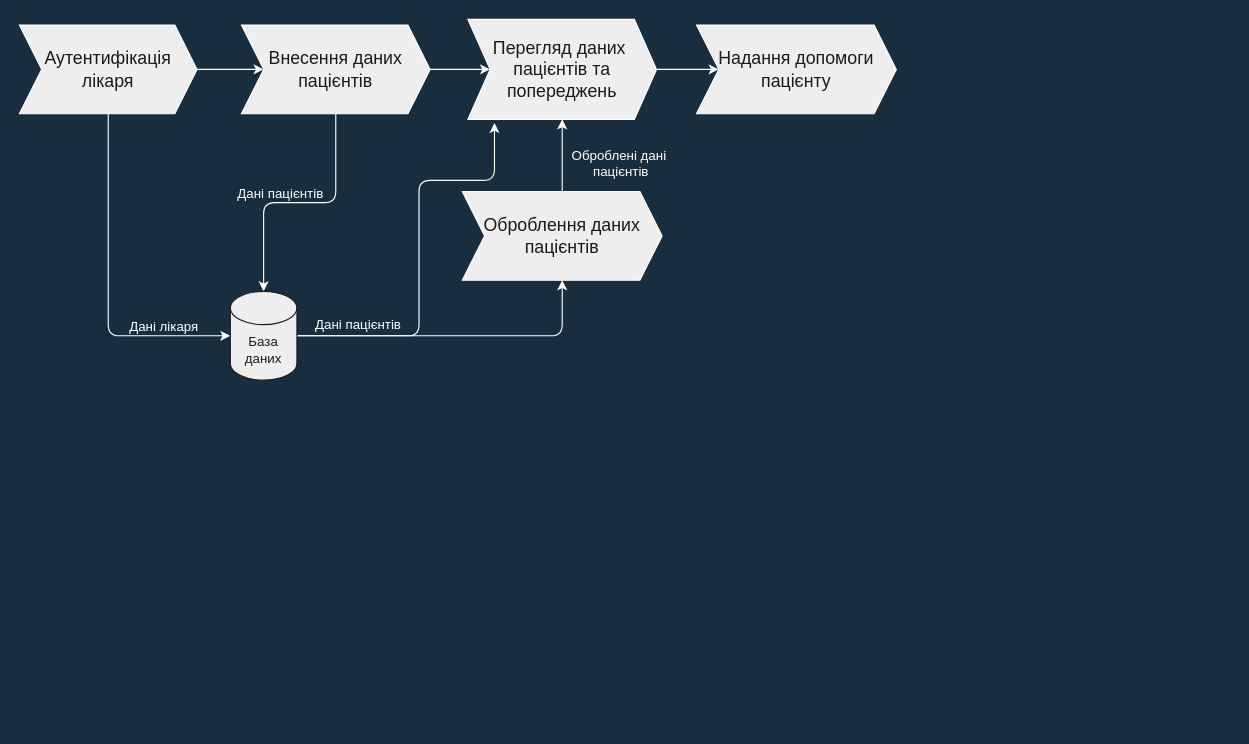
Before: lab3.drawio in se4inilya/MAOKG, a draw.io diagram. Source tidied: cells renumbered, new cells numbered last; positions are measured from the earlier drawing's top-left corner, leaving out a move shared by most shapes. Both pictures are drawn from the tidied source at 111%, with x=0, y=0 at pixel (19, 19).
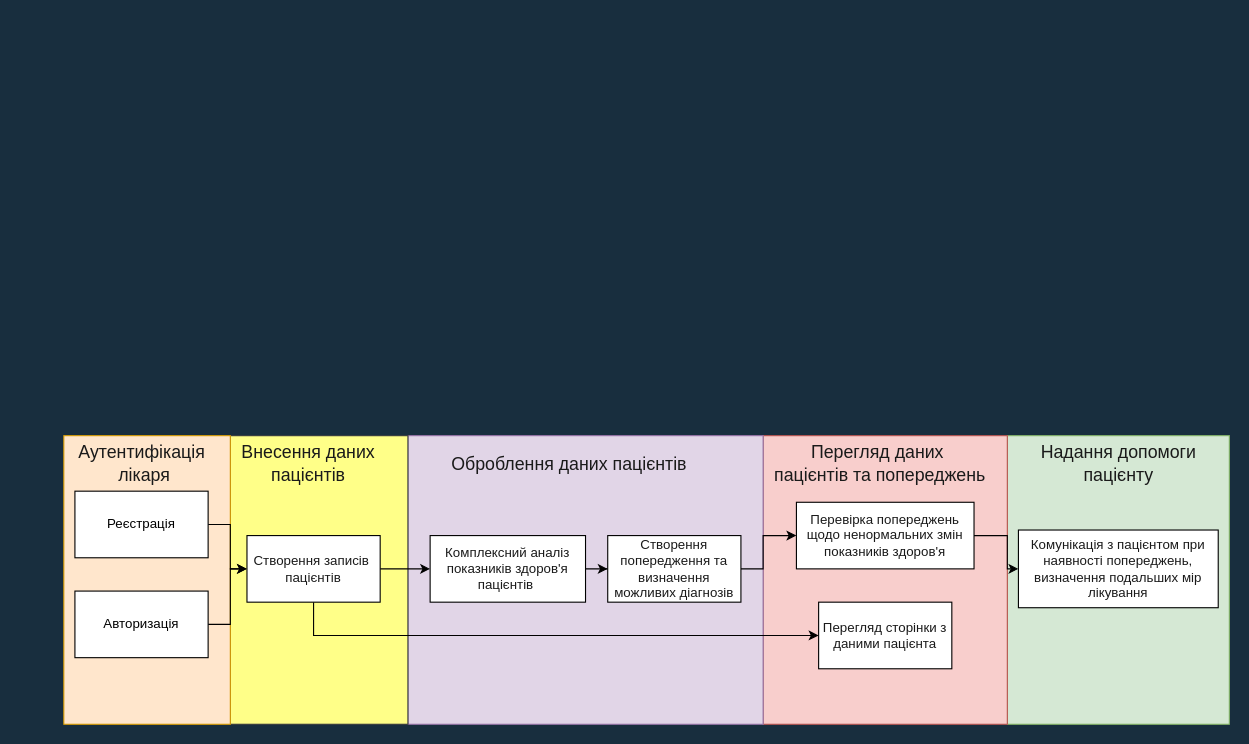
The same page after the edit.

Change to the diagram source:
```diff
@@
-    <mxCell id="2" style="edgeStyle=orthogonalEdgeStyle;curved=0;rounded=1;sketch=0;jettySize=auto;html=1;fontColor=#FFFFFF;strokeColor=#FFFFFF;" parent="1" edge="1" source="5" target="8">
-      <mxGeometry relative="1" as="geometry" />
-    </mxCell>
-    <mxCell id="3" style="edgeStyle=orthogonalEdgeStyle;curved=0;rounded=1;sketch=0;jettySize=auto;html=1;fontColor=#FFFFFF;strokeColor=#FFFFFF;exitX=1;exitY=0.5;exitDx=0;exitDy=0;" parent="1" edge="1" source="9" target="15">
-      <mxGeometry relative="1" as="geometry" />
-    </mxCell>
-    <mxCell id="4" style="edgeStyle=orthogonalEdgeStyle;curved=0;rounded=1;sketch=0;jettySize=auto;html=1;entryX=0;entryY=0.5;entryDx=0;entryDy=0;entryPerimeter=0;fontSize=16;fontColor=#1A1A1A;strokeColor=#FFFFFF;exitX=0.5;exitY=1;exitDx=0;exitDy=0;" parent="1" edge="1" source="5" target="14">
-      <mxGeometry relative="1" as="geometry" />
-    </mxCell>
+    <mxCell id="20" style="rounded=0;whiteSpace=wrap;html=1;fillColor=#d5e8d4;strokeColor=#82b366;" parent="1" vertex="1">
+      <mxGeometry x="890" y="375" width="200" height="260" as="geometry" />
+    </mxCell>
+    <mxCell id="21" style="rounded=0;whiteSpace=wrap;html=1;fillColor=#f8cecc;strokeColor=#b85450;" parent="1" vertex="1">
+      <mxGeometry x="670" y="375" width="220" height="260" as="geometry" />
+    </mxCell>
+    <mxCell id="22" style="rounded=0;whiteSpace=wrap;html=1;fillColor=#e1d5e7;strokeColor=#9673a6;" parent="1" vertex="1">
+      <mxGeometry x="350" y="375" width="320" height="260" as="geometry" />
+    </mxCell>
+    <mxCell id="23" style="rounded=0;whiteSpace=wrap;html=1;fillColor=#ffff88;strokeColor=#36393d;" parent="1" vertex="1">
+      <mxGeometry x="190" y="375" width="160" height="260" as="geometry" />
+    </mxCell>
+    <mxCell id="24" style="rounded=0;whiteSpace=wrap;html=1;fillColor=#ffe6cc;strokeColor=#d79b00;align=center;" parent="1" vertex="1">
+      <mxGeometry x="40" y="375" width="150" height="260" as="geometry" />
+    </mxCell>
+    <mxCell id="25" style="edgeStyle=orthogonalEdgeStyle;rounded=0;jettySize=auto;html=1;entryX=0;entryY=0.5;entryDx=0;entryDy=0;fontColor=#1A1A1A;" parent="1" edge="1" source="26" target="31">
+      <mxGeometry relative="1" as="geometry" />
+    </mxCell>
+    <mxCell id="26" value="Реєстрація" style="rounded=0;whiteSpace=wrap;html=1;" parent="1" vertex="1">
+      <mxGeometry x="50" y="425" width="120" height="60" as="geometry" />
+    </mxCell>
+    <mxCell id="27" style="edgeStyle=orthogonalEdgeStyle;rounded=0;jettySize=auto;html=1;entryX=0;entryY=0.5;entryDx=0;entryDy=0;fontColor=#1A1A1A;" parent="1" edge="1" source="28" target="31">
+      <mxGeometry relative="1" as="geometry" />
+    </mxCell>
+    <mxCell id="28" value="Авторизація" style="rounded=0;whiteSpace=wrap;html=1;" parent="1" vertex="1">
+      <mxGeometry x="50" y="515" width="120" height="60" as="geometry" />
+    </mxCell>
+    <mxCell id="29" style="edgeStyle=orthogonalEdgeStyle;rounded=0;jettySize=auto;html=1;fontColor=#1A1A1A;" parent="1" edge="1" source="31" target="34">
+      <mxGeometry relative="1" as="geometry" />
+    </mxCell>
+    <mxCell id="30" style="edgeStyle=orthogonalEdgeStyle;rounded=0;jettySize=auto;html=1;entryX=0;entryY=0.5;entryDx=0;entryDy=0;fontColor=#1A1A1A;" parent="1" edge="1" source="31" target="32">
+      <mxGeometry relative="1" as="geometry">
+        <Array as="points">
+          <mxPoint x="265" y="555" />
+        </Array>
+      </mxGeometry>
+    </mxCell>
+    <mxCell id="31" value="&lt;span style=&quot;color: rgb(26 , 26 , 26)&quot;&gt;Створення записів&amp;nbsp;&lt;/span&gt;&lt;br style=&quot;color: rgb(26 , 26 , 26)&quot;&gt;&lt;span style=&quot;color: rgb(26 , 26 , 26)&quot;&gt;пацієнтів&lt;/span&gt;" style="rounded=0;whiteSpace=wrap;html=1;" parent="1" vertex="1">
+      <mxGeometry x="205" y="465" width="120" height="60" as="geometry" />
+    </mxCell>
+    <mxCell id="32" value="&lt;span style=&quot;color: rgb(26 , 26 , 26) ; background-color: rgb(255 , 255 , 255)&quot;&gt;Перегляд сторінки з даними пацієнта&lt;/span&gt;" style="rounded=0;whiteSpace=wrap;html=1;" parent="1" vertex="1">
+      <mxGeometry x="720" y="525" width="120" height="60" as="geometry" />
+    </mxCell>
+    <mxCell id="33" style="edgeStyle=orthogonalEdgeStyle;rounded=0;jettySize=auto;html=1;entryX=0;entryY=0.5;entryDx=0;entryDy=0;fontColor=#1A1A1A;" parent="1" edge="1" source="34" target="38">
+      <mxGeometry relative="1" as="geometry" />
+    </mxCell>
+    <mxCell id="34" value="&lt;span style=&quot;color: rgb(26 , 26 , 26)&quot;&gt;Комплексний аналіз показників здоров'я пацієнтів&amp;nbsp;&lt;/span&gt;" style="rounded=0;whiteSpace=wrap;html=1;" parent="1" vertex="1">
+      <mxGeometry x="370" y="465" width="140" height="60" as="geometry" />
+    </mxCell>
+    <mxCell id="35" style="edgeStyle=orthogonalEdgeStyle;rounded=0;jettySize=auto;html=1;fontColor=#1A1A1A;" parent="1" edge="1" source="36" target="39">
+      <mxGeometry relative="1" as="geometry">
+        <Array as="points">
+          <mxPoint x="890" y="465" />
+          <mxPoint x="890" y="495" />
+        </Array>
+      </mxGeometry>
+    </mxCell>
+    <mxCell id="36" value="&lt;span style=&quot;color: rgb(26 , 26 , 26)&quot;&gt;Перевірка попереджень щодо ненормальних змін показників здоров'я&lt;/span&gt;" style="rounded=0;whiteSpace=wrap;html=1;" parent="1" vertex="1">
+      <mxGeometry x="700" y="435" width="160" height="60" as="geometry" />
+    </mxCell>
+    <mxCell id="37" style="edgeStyle=orthogonalEdgeStyle;rounded=0;jettySize=auto;html=1;entryX=0;entryY=0.5;entryDx=0;entryDy=0;fontColor=#1A1A1A;" parent="1" edge="1" source="38" target="36">
+      <mxGeometry relative="1" as="geometry">
+        <Array as="points">
+          <mxPoint x="670" y="495" />
+          <mxPoint x="670" y="465" />
+        </Array>
+      </mxGeometry>
+    </mxCell>
+    <mxCell id="38" value="&lt;span style=&quot;color: rgb(26 , 26 , 26)&quot;&gt;Створення попередження та визначення можливих діагнозів&lt;/span&gt;" style="rounded=0;whiteSpace=wrap;html=1;" parent="1" vertex="1">
+      <mxGeometry x="530" y="465" width="120" height="60" as="geometry" />
+    </mxCell>
+    <mxCell id="39" value="&lt;span style=&quot;color: rgb(26 , 26 , 26)&quot;&gt;Комунікація з пацієнтом при наявності попереджень, визначення подальших мір лікування&lt;/span&gt;" style="rounded=0;whiteSpace=wrap;html=1;" parent="1" vertex="1">
+      <mxGeometry x="900" y="460" width="180" height="70" as="geometry" />
+    </mxCell>
-    <mxCell id="5" value="&lt;span style=&quot;font-size: 16px&quot;&gt;Аутентифікація лікаря&lt;/span&gt;" style="shape=step;perimeter=stepPerimeter;whiteSpace=wrap;html=1;fixedSize=1;rounded=0;sketch=0;fontColor=#1A1A1A;strokeColor=#FFFFFF;fillColor=#EEEEEE;" parent="1" vertex="1">
-      <mxGeometry y="5" width="160" height="80" as="geometry" />
+    <mxCell id="5" value="&lt;span style=&quot;font-size: 16px&quot;&gt;&lt;font color=&quot;#1a1a1a&quot;&gt;Аутентифікація&lt;br&gt;&amp;nbsp;лікаря&lt;/font&gt;&lt;/span&gt;" style="text;html=1;align=center;verticalAlign=middle;points=[];strokeColor=none;fillColor=none;" parent="1" vertex="1">
+      <mxGeometry x="45" y="385" width="130" height="30" as="geometry" />
     </mxCell>
-    <mxCell id="6" style="edgeStyle=orthogonalEdgeStyle;curved=0;rounded=1;sketch=0;jettySize=auto;html=1;fontColor=#FFFFFF;strokeColor=#FFFFFF;" parent="1" edge="1" source="8" target="9">
-      <mxGeometry relative="1" as="geometry" />
-    </mxCell>
-    <mxCell id="7" style="edgeStyle=orthogonalEdgeStyle;curved=0;rounded=1;sketch=0;jettySize=auto;html=1;fontSize=16;fontColor=#1A1A1A;strokeColor=#FFFFFF;" parent="1" edge="1" source="8" target="14">
-      <mxGeometry relative="1" as="geometry" />
-    </mxCell>
-    <mxCell id="8" value="&lt;span style=&quot;font-family: &amp;#34;helvetica&amp;#34; ; font-style: normal ; font-weight: 400 ; letter-spacing: normal ; text-align: center ; text-indent: 0px ; text-transform: none ; word-spacing: 0px ; font-size: 16px&quot;&gt;Внесення даних&lt;/span&gt;&lt;br style=&quot;font-family: &amp;#34;helvetica&amp;#34; ; font-style: normal ; font-weight: 400 ; letter-spacing: normal ; text-align: center ; text-indent: 0px ; text-transform: none ; word-spacing: 0px ; font-size: 16px&quot;&gt;&lt;span style=&quot;font-family: &amp;#34;helvetica&amp;#34; ; font-style: normal ; font-weight: 400 ; letter-spacing: normal ; text-align: center ; text-indent: 0px ; text-transform: none ; word-spacing: 0px ; font-size: 16px&quot;&gt;пацієнтів&lt;/span&gt;" style="shape=step;perimeter=stepPerimeter;whiteSpace=wrap;html=1;fixedSize=1;rounded=0;sketch=0;fontColor=#1A1A1A;strokeColor=#FFFFFF;fillColor=#EEEEEE;" parent="1" vertex="1">
-      <mxGeometry x="200" y="5" width="170" height="80" as="geometry" />
+    <mxCell id="8" value="&lt;span style=&quot;font-family: &amp;#34;helvetica&amp;#34; ; font-size: 16px&quot;&gt;Внесення даних&lt;/span&gt;&lt;br style=&quot;font-family: &amp;#34;helvetica&amp;#34; ; font-size: 16px&quot;&gt;&lt;span style=&quot;font-family: &amp;#34;helvetica&amp;#34; ; font-size: 16px&quot;&gt;пацієнтів&lt;/span&gt;" style="text;html=1;align=center;verticalAlign=middle;points=[];strokeColor=none;fillColor=none;fontColor=#1A1A1A;" parent="1" vertex="1">
+      <mxGeometry x="190" y="385" width="140" height="30" as="geometry" />
     </mxCell>
-    <mxCell id="9" value="&lt;span style=&quot;font-size: 16px&quot;&gt;Перегляд даних&amp;nbsp;&lt;/span&gt;&lt;br style=&quot;font-size: 16px&quot;&gt;&lt;span style=&quot;font-size: 16px&quot;&gt;пацієнтів та попереджень&lt;/span&gt;" style="shape=step;perimeter=stepPerimeter;whiteSpace=wrap;html=1;fixedSize=1;rounded=0;sketch=0;fontColor=#1A1A1A;strokeColor=#FFFFFF;fillColor=#EEEEEE;" parent="1" vertex="1">
-      <mxGeometry x="404" width="170" height="90" as="geometry" />
+    <mxCell id="9" value="&lt;span style=&quot;font-size: 16px&quot;&gt;Перегляд даних&amp;nbsp;&lt;/span&gt;&lt;br style=&quot;font-size: 16px&quot;&gt;&lt;span style=&quot;font-size: 16px&quot;&gt;пацієнтів та попереджень&lt;/span&gt;" style="text;html=1;align=center;verticalAlign=middle;points=[];strokeColor=none;fillColor=none;fontColor=#1A1A1A;" parent="1" vertex="1">
+      <mxGeometry x="670" y="385" width="210" height="30" as="geometry" />
     </mxCell>
-    <mxCell id="10" style="edgeStyle=orthogonalEdgeStyle;curved=0;rounded=1;sketch=0;jettySize=auto;html=1;entryX=0.5;entryY=1;entryDx=0;entryDy=0;fontColor=#FFFFFF;strokeColor=#FFFFFF;" parent="1" edge="1" source="11" target="9">
-      <mxGeometry relative="1" as="geometry" />
-    </mxCell>
-    <mxCell id="11" value="&lt;span style=&quot;font-size: 16px&quot;&gt;Оброблення даних пацієнтів&lt;/span&gt;" style="shape=step;perimeter=stepPerimeter;whiteSpace=wrap;html=1;fixedSize=1;rounded=0;sketch=0;fontColor=#1A1A1A;strokeColor=#FFFFFF;fillColor=#EEEEEE;" parent="1" vertex="1">
-      <mxGeometry x="399" y="155" width="180" height="80" as="geometry" />
+    <mxCell id="11" value="&lt;span style=&quot;font-size: 16px&quot;&gt;Оброблення даних пацієнтів&lt;/span&gt;" style="text;html=1;align=center;verticalAlign=middle;points=[];strokeColor=none;fillColor=none;fontColor=#1A1A1A;" parent="1" vertex="1">
+      <mxGeometry x="380" y="390" width="230" height="20" as="geometry" />
     </mxCell>
-    <mxCell id="12" style="edgeStyle=orthogonalEdgeStyle;curved=0;rounded=1;sketch=0;jettySize=auto;html=1;entryX=0.5;entryY=1;entryDx=0;entryDy=0;fontSize=16;fontColor=#1A1A1A;strokeColor=#FFFFFF;" parent="1" edge="1" source="14" target="11">
-      <mxGeometry relative="1" as="geometry">
-        <Array as="points">
-          <mxPoint x="489" y="285" />
-        </Array>
-      </mxGeometry>
-    </mxCell>
-    <mxCell id="13" style="edgeStyle=orthogonalEdgeStyle;curved=0;rounded=1;sketch=0;jettySize=auto;html=1;entryX=0.141;entryY=1.036;entryDx=0;entryDy=0;fontSize=16;fontColor=#1A1A1A;strokeColor=#FFFFFF;entryPerimeter=0;" parent="1" edge="1" source="14" target="9">
-      <mxGeometry relative="1" as="geometry">
-        <Array as="points">
-          <mxPoint x="360" y="285" />
-          <mxPoint x="360" y="145" />
-          <mxPoint x="428" y="145" />
-        </Array>
-      </mxGeometry>
-    </mxCell>
-    <mxCell id="14" value="База даних" style="shape=cylinder3;whiteSpace=wrap;html=1;boundedLbl=1;backgroundOutline=1;size=15;rounded=0;sketch=0;fontColor=#1A1A1A;strokeColor=#1A1A1A;fillColor=#EEEEEE;" parent="1" vertex="1">
-      <mxGeometry x="190" y="245" width="60" height="80" as="geometry" />
-    </mxCell>
-    <mxCell id="15" value="&lt;font style=&quot;font-size: 16px&quot;&gt;&lt;span style=&quot;font-family: &amp;#34;helvetica&amp;#34; ; font-style: normal ; font-weight: 400 ; letter-spacing: normal ; text-align: center ; text-indent: 0px ; text-transform: none ; word-spacing: 0px ; display: inline ; float: none&quot;&gt;Надання допомоги&lt;/span&gt;&lt;br style=&quot;font-family: &amp;#34;helvetica&amp;#34; ; font-style: normal ; font-weight: 400 ; letter-spacing: normal ; text-align: center ; text-indent: 0px ; text-transform: none ; word-spacing: 0px&quot;&gt;&lt;span style=&quot;font-family: &amp;#34;helvetica&amp;#34; ; font-style: normal ; font-weight: 400 ; letter-spacing: normal ; text-align: center ; text-indent: 0px ; text-transform: none ; word-spacing: 0px ; display: inline ; float: none&quot;&gt;пацієнту&lt;/span&gt;&lt;/font&gt;" style="shape=step;perimeter=stepPerimeter;whiteSpace=wrap;html=1;fixedSize=1;rounded=0;sketch=0;fontColor=#1A1A1A;strokeColor=#FFFFFF;fillColor=#EEEEEE;" parent="1" vertex="1">
-      <mxGeometry x="610" y="5" width="180" height="80" as="geometry" />
+    <mxCell id="15" value="&lt;span style=&quot;font-size: 16px ; font-family: &amp;#34;helvetica&amp;#34;&quot;&gt;Надання допомоги&lt;/span&gt;&lt;br style=&quot;font-size: 16px ; font-family: &amp;#34;helvetica&amp;#34;&quot;&gt;&lt;span style=&quot;font-size: 16px ; font-family: &amp;#34;helvetica&amp;#34;&quot;&gt;пацієнту&lt;/span&gt;" style="text;html=1;align=center;verticalAlign=middle;points=[];strokeColor=none;fillColor=none;fontColor=#1A1A1A;" parent="1" vertex="1">
+      <mxGeometry x="910" y="385" width="160" height="30" as="geometry" />
     </mxCell>
-    <mxCell id="16" value="&lt;font color=&quot;#ffffff&quot; style=&quot;font-size: 12px&quot;&gt;Дані лікаря&lt;/font&gt;" style="text;html=1;align=center;verticalAlign=middle;strokeColor=none;fillColor=none;fontSize=16;fontColor=#1A1A1A;" parent="1" vertex="1">
-      <mxGeometry x="90" y="265" width="80" height="20" as="geometry" />
-    </mxCell>
-    <mxCell id="17" value="&lt;font style=&quot;font-size: 12px&quot;&gt;Дані пацієнтів&lt;/font&gt;" style="text;html=1;align=center;verticalAlign=middle;strokeColor=none;fillColor=none;fontSize=16;fontColor=#FFFFFF;" parent="1" vertex="1">
-      <mxGeometry x="190" y="145" width="90" height="20" as="geometry" />
-    </mxCell>
-    <mxCell id="18" value="Оброблені дані&lt;br&gt;&amp;nbsp;пацієнтів" style="text;html=1;align=center;verticalAlign=middle;strokeColor=none;fillColor=none;fontSize=12;fontColor=#FFFFFF;" parent="1" vertex="1">
-      <mxGeometry x="490" y="115" width="100" height="30" as="geometry" />
-    </mxCell>
-    <mxCell id="19" value="Дані пацієнтів" style="text;html=1;align=center;verticalAlign=middle;strokeColor=none;fillColor=none;fontSize=12;fontColor=#FFFFFF;" parent="1" vertex="1">
-      <mxGeometry x="260" y="265" width="90" height="20" as="geometry" />
-    </mxCell>
```
